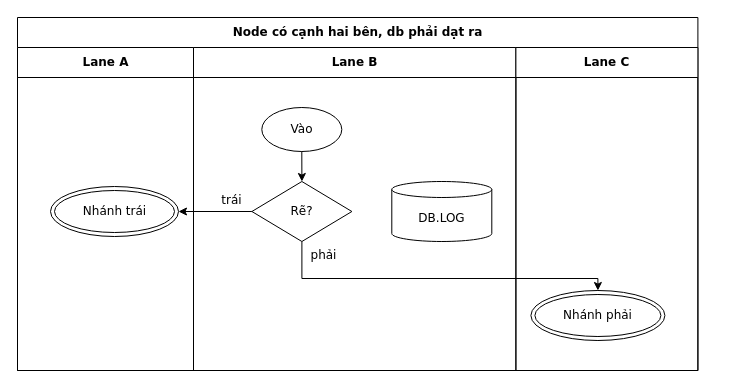
This is conformance/golden/optimize/cases-13-attach-two-sides.drawio from luytbq/flowcast, a draw.io file, before an edit. Source tidied: cells renumbered, new cells numbered last; positions are measured from the earlier drawing's top-left corner, leaving out a move shared by most shapes. Both pictures are drawn from the tidied source at 100%, with x=0, y=0 at pixel (17, 17).
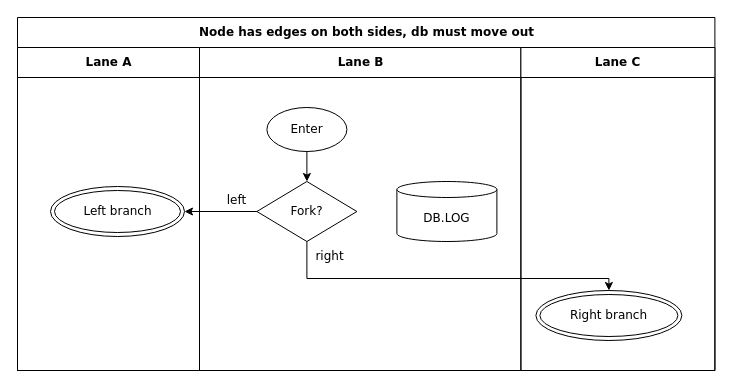
Above is the later version.

The edit, as a diff of the source:
```diff
@@
 <mxGraphModel>
   <root>
     <mxCell id="0" />
     <mxCell id="1" parent="0" />
-    <mxCell id="2" value="Node có cạnh hai bên, db phải dạt ra" style="swimlane;html=1;startSize=30;fontStyle=1;fontFamily=Verdana;fontSize=12;flowtable=1;" parent="1" vertex="1">
-      <mxGeometry width="680.4" height="353" as="geometry" />
+    <mxCell id="2" value="Node has edges on both sides, db must move out" style="swimlane;html=1;startSize=30;fontStyle=1;fontFamily=Verdana;fontSize=12;flowtable=1;" parent="1" vertex="1">
+      <mxGeometry width="697.4" height="353" as="geometry" />
     </mxCell>
     <mxCell id="3" value="Lane A" style="swimlane;html=1;startSize=30;fontFamily=Verdana;fontSize=12;flowtable=1;" parent="2" vertex="1">
-      <mxGeometry y="30" width="176" height="323" as="geometry" />
+      <mxGeometry y="30" width="182" height="323" as="geometry" />
     </mxCell>
     <mxCell id="4" value="Lane B" style="swimlane;html=1;startSize=30;fontFamily=Verdana;fontSize=12;flowtable=1;" parent="2" vertex="1">
-      <mxGeometry x="176" y="30" width="322.4" height="323" as="geometry" />
+      <mxGeometry x="182" y="30" width="321.4" height="323" as="geometry" />
     </mxCell>
     <mxCell id="5" value="Lane C" style="swimlane;html=1;startSize=30;fontFamily=Verdana;fontSize=12;flowtable=1;" parent="2" vertex="1">
-      <mxGeometry x="498.4" y="30" width="182" height="323" as="geometry" />
+      <mxGeometry x="503.4" y="30" width="194" height="323" as="geometry" />
     </mxCell>
-    <mxCell id="6" value="Vào" style="ellipse;html=1;fontFamily=Verdana;fontSize=12;flowtable=1;" parent="4" vertex="1">
-      <mxGeometry x="68.3" y="60" width="80" height="44" as="geometry" />
+    <mxCell id="6" value="Enter" style="ellipse;html=1;fontFamily=Verdana;fontSize=12;flowtable=1;" parent="4" vertex="1">
+      <mxGeometry x="67.4" y="60" width="80" height="44" as="geometry" />
     </mxCell>
-    <mxCell id="7" value="Rẽ?" style="rhombus;html=1;fontFamily=Verdana;fontSize=12;flowtable=1;" parent="4" vertex="1">
-      <mxGeometry x="58.4" y="134" width="100" height="60" as="geometry" />
+    <mxCell id="7" value="Fork?" style="rhombus;html=1;fontFamily=Verdana;fontSize=12;flowtable=1;" parent="4" vertex="1">
+      <mxGeometry x="57.4" y="134" width="100" height="60" as="geometry" />
     </mxCell>
     <mxCell id="8" value="DB.LOG" style="shape=cylinder3;html=1;boundedLbl=1;backgroundOutline=1;size=8;fontFamily=Verdana;fontSize=12;flowtable=1;" parent="4" vertex="1">
-      <mxGeometry x="198.3" y="134" width="100" height="60" as="geometry" />
+      <mxGeometry x="197.4" y="134" width="100" height="60" as="geometry" />
     </mxCell>
-    <mxCell id="9" value="Nhánh trái" style="shape=doubleEllipse;html=1;fontFamily=Verdana;fontSize=12;flowtable=1;" parent="3" vertex="1">
-      <mxGeometry x="33" y="139" width="128" height="50" as="geometry" />
+    <mxCell id="9" value="Left branch" style="shape=doubleEllipse;html=1;fontFamily=Verdana;fontSize=12;flowtable=1;" parent="3" vertex="1">
+      <mxGeometry x="33" y="139" width="134" height="50" as="geometry" />
     </mxCell>
-    <mxCell id="10" value="Nhánh phải" style="shape=doubleEllipse;html=1;fontFamily=Verdana;fontSize=12;flowtable=1;" parent="5" vertex="1">
-      <mxGeometry x="15" y="243" width="134" height="50" as="geometry" />
+    <mxCell id="10" value="Right branch" style="shape=doubleEllipse;html=1;fontFamily=Verdana;fontSize=12;flowtable=1;" parent="5" vertex="1">
+      <mxGeometry x="15" y="243" width="146" height="50" as="geometry" />
     </mxCell>
     <mxCell id="11" style="edgeStyle=orthogonalEdgeStyle;rounded=0;jettySize=auto;html=1;labelBackgroundColor=default;exitX=0.5;exitY=1;exitDx=0;exitDy=0;entryX=0.5;entryY=0;entryDx=0;entryDy=0;fontFamily=Verdana;fontSize=12;flowtable=1;" parent="2" edge="1" source="6" target="7">
       <mxGeometry relative="1" as="geometry" />
     </mxCell>
-    <mxCell id="12" value="trái" style="edgeStyle=orthogonalEdgeStyle;rounded=0;jettySize=auto;html=1;labelBackgroundColor=default;exitX=0;exitY=0.5;exitDx=0;exitDy=0;entryX=1;entryY=0.5;entryDx=0;entryDy=0;fontFamily=Verdana;fontSize=12;flowtable=1;" parent="2" edge="1" source="7" target="9">
-      <mxGeometry x="-0.45" relative="1" as="geometry">
+    <mxCell id="12" value="left" style="edgeStyle=orthogonalEdgeStyle;rounded=0;jettySize=auto;html=1;labelBackgroundColor=default;exitX=0;exitY=0.5;exitDx=0;exitDy=0;entryX=1;entryY=0.5;entryDx=0;entryDy=0;fontFamily=Verdana;fontSize=12;flowtable=1;" parent="2" edge="1" source="7" target="9">
+      <mxGeometry x="-0.46" relative="1" as="geometry">
         <mxPoint y="-11.5" as="offset" />
       </mxGeometry>
     </mxCell>
-    <mxCell id="13" value="phải" style="edgeStyle=orthogonalEdgeStyle;rounded=0;jettySize=auto;html=1;labelBackgroundColor=default;exitX=0.5;exitY=1;exitDx=0;exitDy=0;entryX=0.5;entryY=0;entryDx=0;entryDy=0;fontFamily=Verdana;fontSize=12;flowtable=1;" parent="2" edge="1" source="7" target="10">
-      <mxGeometry x="-0.92" relative="1" as="geometry">
+    <mxCell id="13" value="right" style="edgeStyle=orthogonalEdgeStyle;rounded=0;jettySize=auto;html=1;labelBackgroundColor=default;exitX=0.5;exitY=1;exitDx=0;exitDy=0;entryX=0.5;entryY=0;entryDx=0;entryDy=0;fontFamily=Verdana;fontSize=12;flowtable=1;" parent="2" edge="1" source="7" target="10">
+      <mxGeometry x="-0.66" relative="1" as="geometry">
         <Array as="points">
-          <mxPoint x="284.4" y="261" />
-          <mxPoint x="580.4" y="261" />
+          <mxPoint x="289.4" y="261" />
+          <mxPoint x="591.4" y="261" />
         </Array>
-        <mxPoint x="21.8" as="offset" />
+        <mxPoint y="-22.5" as="offset" />
       </mxGeometry>
     </mxCell>
   </root>
 </mxGraphModel>
```
